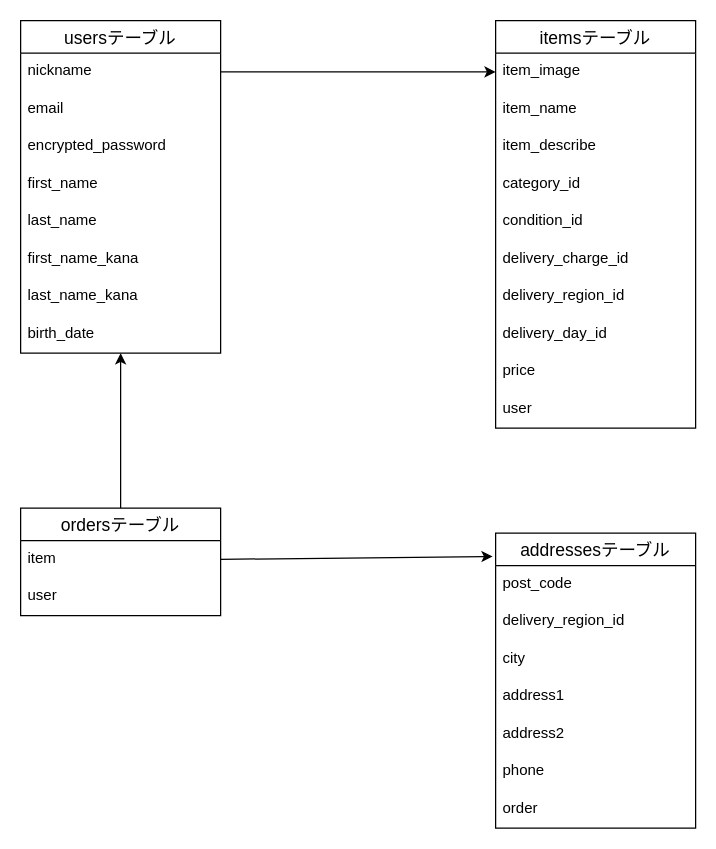
This is ER.dio from ykkkkk0215/furima-40824, a draw.io file, before an edit. Source tidied: cells renumbered, new cells numbered last; positions are measured from the earlier drawing's top-left corner, leaving out a move shared by most shapes. Both pictures are drawn from the tidied source at 125%, with x=0, y=0 at pixel (20, 20).
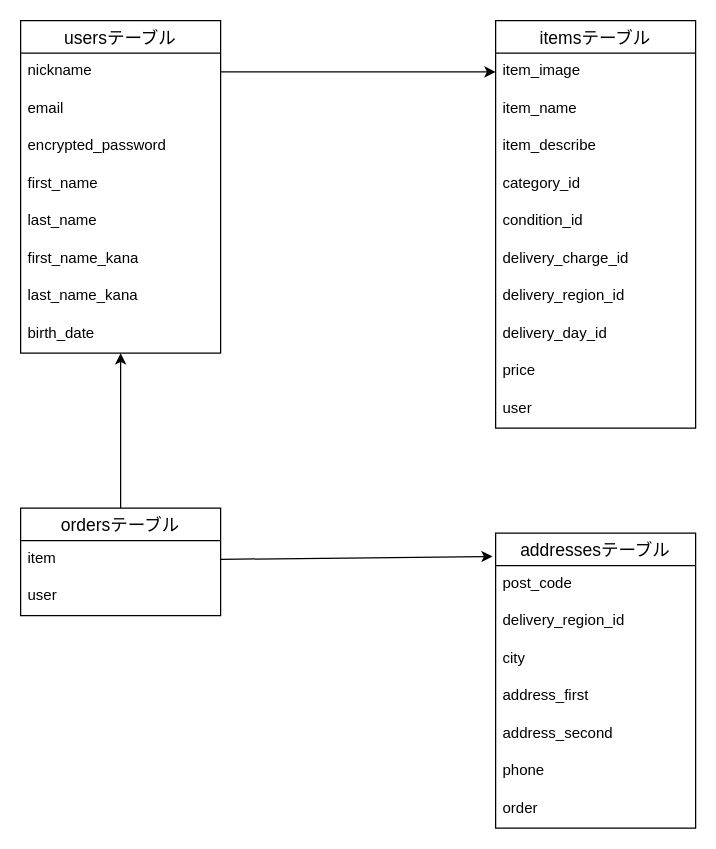
Above is the later version.

Unchanged cells that the change refers to:
```xml
<mxCell id="26" value="addressesテーブル" style="swimlane;fontStyle=0;horizontal=1;startSize=26;align=center;fontSize=14;shadow=0;" parent="1" vertex="1">
  <mxGeometry x="380" y="410" width="160" height="236" as="geometry" />
</mxCell>
```

Change to the diagram source:
```diff
@@
-    <mxCell id="30" value="address1" style="text;strokeColor=none;fillColor=none;spacingLeft=4;spacingRight=4;overflow=hidden;fontSize=12;shadow=0;" parent="26" vertex="1">
+    <mxCell id="30" value="address_first" style="text;strokeColor=none;fillColor=none;spacingLeft=4;spacingRight=4;overflow=hidden;fontSize=12;shadow=0;" parent="26" vertex="1">
       <mxGeometry y="116" width="160" height="30" as="geometry" />
     </mxCell>
-    <mxCell id="31" value="address2" style="text;strokeColor=none;fillColor=none;spacingLeft=4;spacingRight=4;overflow=hidden;fontSize=12;shadow=0;" parent="26" vertex="1">
+    <mxCell id="31" value="address_second" style="text;strokeColor=none;fillColor=none;spacingLeft=4;spacingRight=4;overflow=hidden;fontSize=12;shadow=0;" parent="26" vertex="1">
       <mxGeometry y="146" width="160" height="30" as="geometry" />
     </mxCell>
```
